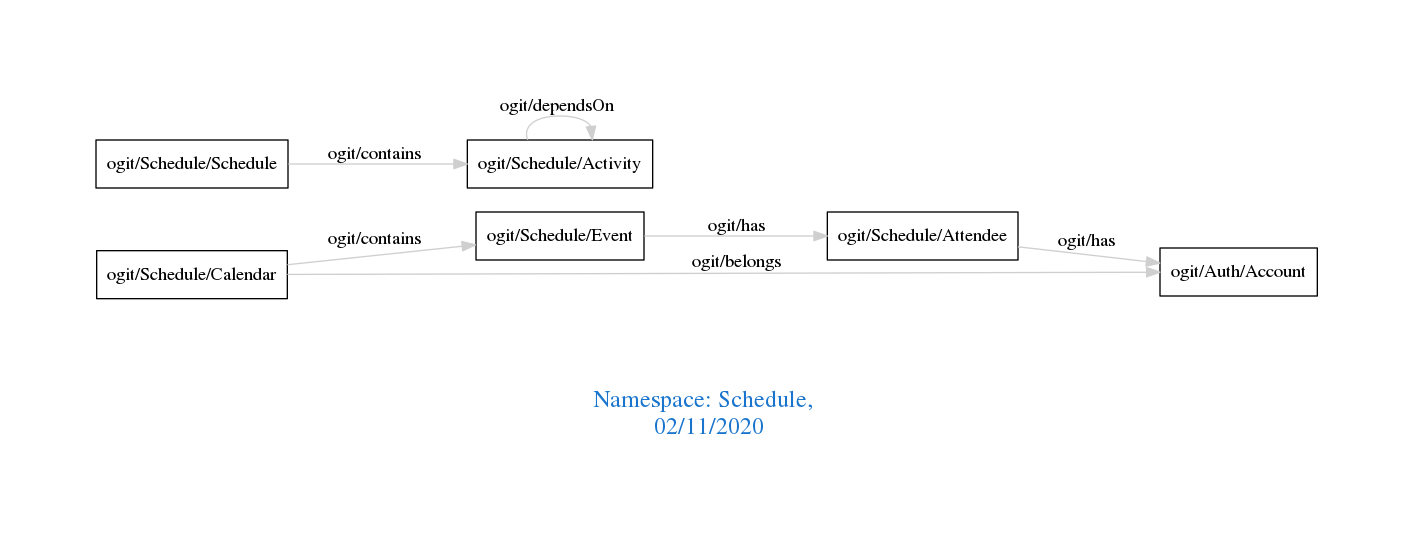
Earlier version of the Graphviz export downloads/Schedule.png (arago/OGIT). Its source is kept beside it as downloads/Schedule.dot.
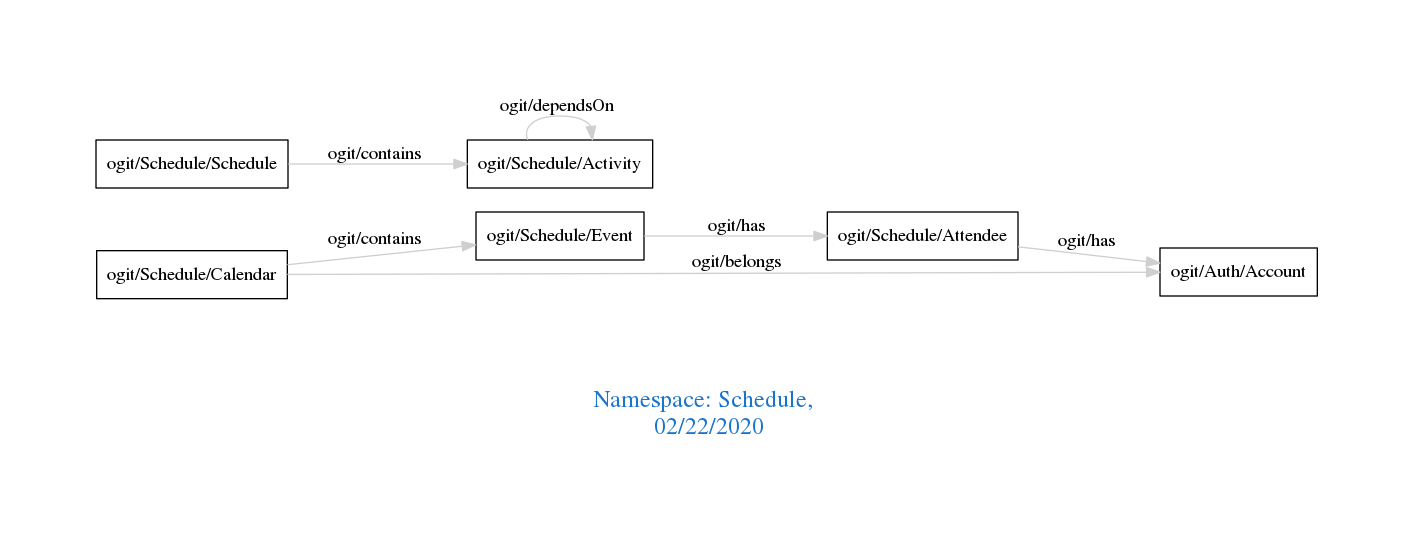
The same file after the commit.

Change to the diagram source:
```diff
@@ -1,7 +1,7 @@
 digraph OGIT_ontology {
  graph [ rankdir= LR,pad=1
 fontsize = 18,
-fontcolor= dodgerblue3,label = "\n\n\nNamespace: Schedule, \n 02/11/2020"];
+fontcolor= dodgerblue3,label = "\n\n\nNamespace: Schedule, \n 02/22/2020"];
 node[shape=polygon];
 edge [  color="gray81"];
 
```
